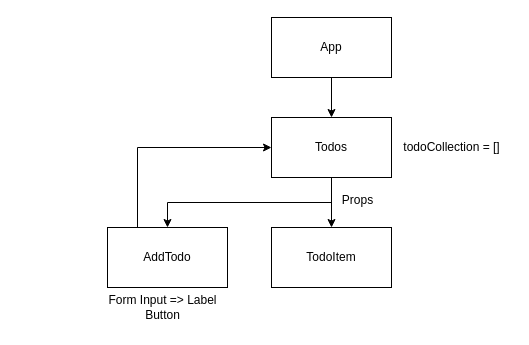
Above: page "Page-1" (1 of 2) of training_material/diagrams.drawio in synergy2411/db-ui_b1 (draw.io), before the change. Source tidied: cells renumbered, new cells numbered last; positions are measured from the earlier drawing's top-left corner, leaving out a move shared by most shapes. Both pictures are drawn from the tidied source at 100%, with x=0, y=0 at pixel (97, 17).
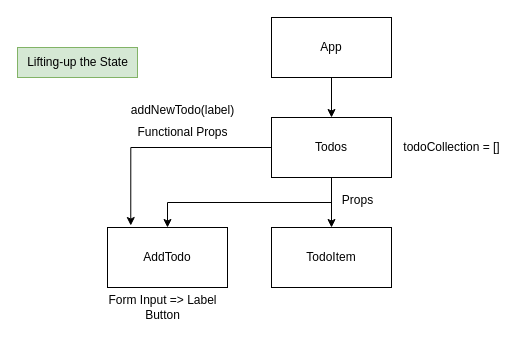
The same diagram, later.

Diff of the diagram source:
```diff
@@
 <mxGraphModel>
   <root>
     <mxCell id="0" />
     <mxCell id="1" parent="0" />
     <mxCell id="2" style="edgeStyle=orthogonalEdgeStyle;rounded=0;jettySize=auto;html=1;" parent="1" edge="1" source="3" target="6">
       <mxGeometry relative="1" as="geometry" />
     </mxCell>
     <mxCell id="3" value="App" style="rounded=0;whiteSpace=wrap;html=1;" parent="1" vertex="1">
       <mxGeometry x="174" width="120" height="60" as="geometry" />
     </mxCell>
     <mxCell id="4" style="edgeStyle=orthogonalEdgeStyle;rounded=0;jettySize=auto;html=1;" parent="1" edge="1" source="6" target="7">
       <mxGeometry relative="1" as="geometry" />
     </mxCell>
     <mxCell id="5" style="edgeStyle=orthogonalEdgeStyle;rounded=0;jettySize=auto;html=1;exitX=0.5;exitY=1;exitDx=0;exitDy=0;" parent="1" edge="1" source="6" target="11">
       <mxGeometry relative="1" as="geometry" />
     </mxCell>
     <mxCell id="6" value="Todos" style="whiteSpace=wrap;html=1;rounded=0;" parent="1" vertex="1">
       <mxGeometry x="174" y="100" width="120" height="60" as="geometry" />
     </mxCell>
     <mxCell id="7" value="TodoItem" style="whiteSpace=wrap;html=1;rounded=0;" parent="1" vertex="1">
       <mxGeometry x="174" y="210" width="120" height="60" as="geometry" />
     </mxCell>
     <mxCell id="8" value="todoCollection = []" style="text;html=1;align=center;verticalAlign=middle;strokeColor=none;fillColor=none;" parent="1" vertex="1">
       <mxGeometry x="294" y="115" width="120" height="30" as="geometry" />
     </mxCell>
     <mxCell id="9" value="Props" style="text;html=1;align=center;verticalAlign=middle;strokeColor=none;fillColor=none;" parent="1" vertex="1">
       <mxGeometry x="235" y="168" width="50" height="30" as="geometry" />
     </mxCell>
-    <mxCell id="10" style="edgeStyle=orthogonalEdgeStyle;rounded=0;jettySize=auto;html=1;exitX=0.25;exitY=0;exitDx=0;exitDy=0;entryX=0;entryY=0.5;entryDx=0;entryDy=0;" parent="1" edge="1" source="11" target="6">
-      <mxGeometry relative="1" as="geometry" />
-    </mxCell>
     <mxCell id="11" value="AddTodo" style="rounded=0;whiteSpace=wrap;html=1;" parent="1" vertex="1">
       <mxGeometry x="10" y="210" width="120" height="60" as="geometry" />
     </mxCell>
     <mxCell id="12" value="Form Input =&amp;gt; Label&lt;div&gt;Button&lt;/div&gt;" style="text;html=1;align=center;verticalAlign=middle;strokeColor=none;fillColor=none;" parent="1" vertex="1">
       <mxGeometry y="270" width="130" height="40" as="geometry" />
     </mxCell>
+    <mxCell id="13" value="Lifting-up the State" style="text;html=1;align=center;verticalAlign=middle;strokeColor=#82b366;fillColor=#d5e8d4;" parent="1" vertex="1">
+      <mxGeometry x="-80" y="30" width="120" height="30" as="geometry" />
+    </mxCell>
+    <mxCell id="14" style="edgeStyle=orthogonalEdgeStyle;rounded=0;jettySize=auto;html=1;exitX=0;exitY=0.5;exitDx=0;exitDy=0;entryX=0.194;entryY=-0.033;entryDx=0;entryDy=0;entryPerimeter=0;" parent="1" edge="1" source="6" target="11">
+      <mxGeometry relative="1" as="geometry" />
+    </mxCell>
+    <mxCell id="15" value="Functional Props" style="text;html=1;align=center;verticalAlign=middle;strokeColor=none;fillColor=none;" parent="1" vertex="1">
+      <mxGeometry x="30" y="100" width="110" height="30" as="geometry" />
+    </mxCell>
+    <mxCell id="16" value="addNewTodo(label)" style="text;html=1;align=center;verticalAlign=middle;strokeColor=none;fillColor=none;" parent="1" vertex="1">
+      <mxGeometry x="20" y="78" width="130" height="30" as="geometry" />
+    </mxCell>
   </root>
 </mxGraphModel>
```
